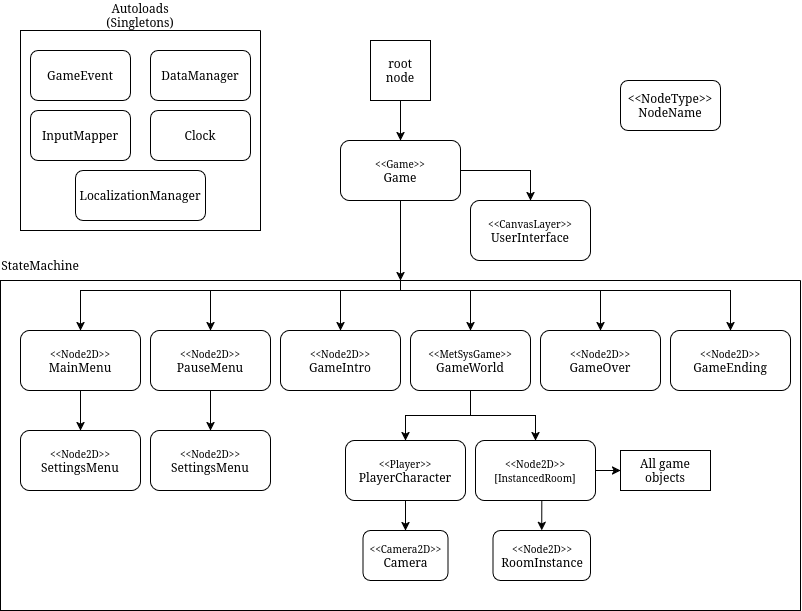
The draw.io diagram doc/img/proyect_architecture.drawio.png in pabloMillanCb/tfm, before a commit. Source tidied: cells renumbered, new cells last; positions are measured from the earlier drawing's top-left corner, leaving out a move shared by most shapes. Source of this version:
```xml
<mxGraphModel>
  <root>
    <mxCell id="0" />
    <mxCell id="1" parent="0" />
    <mxCell id="2" style="edgeStyle=orthogonalEdgeStyle;rounded=0;jettySize=auto;html=1;exitX=0.5;exitY=1;exitDx=0;exitDy=0;entryX=0.5;entryY=0;entryDx=0;entryDy=0;" parent="1" edge="1" source="3" target="6">
      <mxGeometry relative="1" as="geometry" />
    </mxCell>
    <mxCell id="3" value="&lt;div&gt;root&lt;/div&gt;&lt;div&gt;node&lt;/div&gt;" style="rounded=0;whiteSpace=wrap;html=1;" parent="1" vertex="1">
      <mxGeometry x="370" y="40" width="60" height="60" as="geometry" />
    </mxCell>
    <mxCell id="4" style="edgeStyle=orthogonalEdgeStyle;rounded=0;jettySize=auto;html=1;exitX=1;exitY=0.5;exitDx=0;exitDy=0;entryX=0.5;entryY=0;entryDx=0;entryDy=0;" parent="1" edge="1" source="6" target="8">
      <mxGeometry relative="1" as="geometry" />
    </mxCell>
    <mxCell id="5" style="edgeStyle=orthogonalEdgeStyle;rounded=0;jettySize=auto;html=1;exitX=0.5;exitY=1;exitDx=0;exitDy=0;entryX=0.5;entryY=0;entryDx=0;entryDy=0;" parent="1" edge="1" source="6" target="9">
      <mxGeometry relative="1" as="geometry" />
    </mxCell>
    <mxCell id="6" value="&lt;font style=&quot;font-size: 10px;&quot;&gt;&amp;lt;&amp;lt;Game&amp;gt;&amp;gt;&lt;/font&gt;&lt;br&gt;Game" style="rounded=1;whiteSpace=wrap;html=1;" parent="1" vertex="1">
      <mxGeometry x="340" y="140" width="120" height="60" as="geometry" />
    </mxCell>
    <mxCell id="7" value="&lt;div&gt;&amp;lt;&amp;lt;NodeType&amp;gt;&amp;gt;&lt;/div&gt;&lt;div&gt;NodeName&lt;/div&gt;" style="rounded=1;whiteSpace=wrap;html=1;" parent="1" vertex="1">
      <mxGeometry x="620" y="80" width="100" height="50" as="geometry" />
    </mxCell>
    <mxCell id="8" value="&lt;font style=&quot;font-size: 10px;&quot;&gt;&amp;lt;&amp;lt;CanvasLayer&amp;gt;&amp;gt;&lt;/font&gt;&lt;br&gt;UserInterface" style="rounded=1;whiteSpace=wrap;html=1;" parent="1" vertex="1">
      <mxGeometry x="470" y="200" width="120" height="60" as="geometry" />
    </mxCell>
    <mxCell id="9" style="swimlane;startSize=0;" parent="1" vertex="1">
      <mxGeometry y="280" width="800" height="330" as="geometry" />
    </mxCell>
    <mxCell id="10" style="edgeStyle=orthogonalEdgeStyle;rounded=0;jettySize=auto;html=1;exitX=0.5;exitY=1;exitDx=0;exitDy=0;entryX=0.5;entryY=0;entryDx=0;entryDy=0;" parent="9" edge="1" source="11" target="18">
      <mxGeometry relative="1" as="geometry" />
    </mxCell>
    <mxCell id="11" value="&lt;font style=&quot;font-size: 10px;&quot;&gt;&amp;lt;&amp;lt;Node2D&amp;gt;&amp;gt;&lt;/font&gt;&lt;br&gt;MainMenu" style="rounded=1;whiteSpace=wrap;html=1;" parent="9" vertex="1">
      <mxGeometry x="20" y="50" width="120" height="60" as="geometry" />
    </mxCell>
    <mxCell id="12" value="&lt;font style=&quot;font-size: 10px;&quot;&gt;&amp;lt;&amp;lt;Node2D&amp;gt;&amp;gt;&lt;/font&gt;&lt;br&gt;GameIntro" style="rounded=1;whiteSpace=wrap;html=1;" parent="9" vertex="1">
      <mxGeometry x="280" y="50" width="120" height="60" as="geometry" />
    </mxCell>
    <mxCell id="13" style="edgeStyle=orthogonalEdgeStyle;rounded=0;jettySize=auto;html=1;exitX=0.5;exitY=1;exitDx=0;exitDy=0;entryX=0.5;entryY=0;entryDx=0;entryDy=0;" parent="9" edge="1" source="15" target="29">
      <mxGeometry relative="1" as="geometry" />
    </mxCell>
    <mxCell id="14" style="edgeStyle=orthogonalEdgeStyle;rounded=0;jettySize=auto;html=1;exitX=0.5;exitY=1;exitDx=0;exitDy=0;entryX=0.5;entryY=0;entryDx=0;entryDy=0;" parent="9" edge="1" source="15" target="32">
      <mxGeometry relative="1" as="geometry" />
    </mxCell>
    <mxCell id="15" value="&lt;font style=&quot;font-size: 10px;&quot;&gt;&amp;lt;&amp;lt;MetSysGame&amp;gt;&amp;gt;&lt;/font&gt;&lt;br&gt;GameWorld" style="rounded=1;whiteSpace=wrap;html=1;" parent="9" vertex="1">
      <mxGeometry x="410" y="50" width="120" height="60" as="geometry" />
    </mxCell>
    <mxCell id="16" style="edgeStyle=orthogonalEdgeStyle;rounded=0;jettySize=auto;html=1;exitX=0.5;exitY=1;exitDx=0;exitDy=0;entryX=0.5;entryY=0;entryDx=0;entryDy=0;" parent="9" edge="1" source="17" target="21">
      <mxGeometry relative="1" as="geometry" />
    </mxCell>
    <mxCell id="17" value="&lt;font style=&quot;font-size: 10px;&quot;&gt;&amp;lt;&amp;lt;Node2D&amp;gt;&amp;gt;&lt;br&gt;&lt;/font&gt;PauseMenu" style="rounded=1;whiteSpace=wrap;html=1;" parent="9" vertex="1">
      <mxGeometry x="150" y="50" width="120" height="60" as="geometry" />
    </mxCell>
    <mxCell id="18" value="&lt;font style=&quot;font-size: 10px;&quot;&gt;&amp;lt;&amp;lt;Node2D&amp;gt;&amp;gt;&lt;br&gt;&lt;/font&gt;SettingsMenu" style="rounded=1;whiteSpace=wrap;html=1;" parent="9" vertex="1">
      <mxGeometry x="20" y="150" width="120" height="60" as="geometry" />
    </mxCell>
    <mxCell id="19" value="&lt;font style=&quot;font-size: 10px;&quot;&gt;&amp;lt;&amp;lt;Node2D&amp;gt;&amp;gt;&lt;br&gt;&lt;/font&gt;GameOver" style="rounded=1;whiteSpace=wrap;html=1;" parent="9" vertex="1">
      <mxGeometry x="540" y="50" width="120" height="60" as="geometry" />
    </mxCell>
    <mxCell id="20" value="&lt;font style=&quot;font-size: 10px;&quot;&gt;&amp;lt;&amp;lt;Node2D&amp;gt;&amp;gt;&lt;br&gt;&lt;/font&gt;GameEnding" style="rounded=1;whiteSpace=wrap;html=1;" parent="9" vertex="1">
      <mxGeometry x="670" y="50" width="120" height="60" as="geometry" />
    </mxCell>
    <mxCell id="21" value="&lt;font style=&quot;font-size: 10px;&quot;&gt;&amp;lt;&amp;lt;Node2D&amp;gt;&amp;gt;&lt;br&gt;&lt;/font&gt;SettingsMenu" style="rounded=1;whiteSpace=wrap;html=1;" parent="9" vertex="1">
      <mxGeometry x="150" y="150" width="120" height="60" as="geometry" />
    </mxCell>
    <mxCell id="22" style="edgeStyle=orthogonalEdgeStyle;rounded=0;jettySize=auto;html=1;exitX=0.5;exitY=0;exitDx=0;exitDy=0;entryX=0.5;entryY=0;entryDx=0;entryDy=0;" parent="9" edge="1" source="9" target="11">
      <mxGeometry relative="1" as="geometry">
        <Array as="points">
          <mxPoint x="400" y="10" />
          <mxPoint x="80" y="10" />
        </Array>
      </mxGeometry>
    </mxCell>
    <mxCell id="23" style="edgeStyle=orthogonalEdgeStyle;rounded=0;jettySize=auto;html=1;exitX=0.5;exitY=0;exitDx=0;exitDy=0;entryX=0.5;entryY=0;entryDx=0;entryDy=0;" parent="9" edge="1" source="9" target="17">
      <mxGeometry relative="1" as="geometry">
        <Array as="points">
          <mxPoint x="400" y="10" />
          <mxPoint x="210" y="10" />
        </Array>
      </mxGeometry>
    </mxCell>
    <mxCell id="24" style="edgeStyle=orthogonalEdgeStyle;rounded=0;jettySize=auto;html=1;exitX=0.5;exitY=0;exitDx=0;exitDy=0;entryX=0.5;entryY=0;entryDx=0;entryDy=0;" parent="9" edge="1" source="9" target="15">
      <mxGeometry relative="1" as="geometry">
        <Array as="points">
          <mxPoint x="400" y="10" />
          <mxPoint x="470" y="10" />
        </Array>
      </mxGeometry>
    </mxCell>
    <mxCell id="25" style="edgeStyle=orthogonalEdgeStyle;rounded=0;jettySize=auto;html=1;exitX=0.5;exitY=0;exitDx=0;exitDy=0;entryX=0.5;entryY=0;entryDx=0;entryDy=0;" parent="9" edge="1" source="9" target="12">
      <mxGeometry relative="1" as="geometry">
        <Array as="points">
          <mxPoint x="400" y="10" />
          <mxPoint x="340" y="10" />
        </Array>
      </mxGeometry>
    </mxCell>
    <mxCell id="26" style="edgeStyle=orthogonalEdgeStyle;rounded=0;jettySize=auto;html=1;exitX=0.5;exitY=0;exitDx=0;exitDy=0;entryX=0.5;entryY=0;entryDx=0;entryDy=0;" parent="9" edge="1" source="9" target="19">
      <mxGeometry relative="1" as="geometry">
        <Array as="points">
          <mxPoint x="400" y="10" />
          <mxPoint x="600" y="10" />
        </Array>
      </mxGeometry>
    </mxCell>
    <mxCell id="27" style="edgeStyle=orthogonalEdgeStyle;rounded=0;jettySize=auto;html=1;exitX=0.5;exitY=0;exitDx=0;exitDy=0;entryX=0.5;entryY=0;entryDx=0;entryDy=0;" parent="9" edge="1" source="9" target="20">
      <mxGeometry relative="1" as="geometry">
        <Array as="points">
          <mxPoint x="400" y="10" />
          <mxPoint x="730" y="10" />
        </Array>
      </mxGeometry>
    </mxCell>
    <mxCell id="28" style="edgeStyle=orthogonalEdgeStyle;rounded=0;jettySize=auto;html=1;exitX=0.5;exitY=1;exitDx=0;exitDy=0;entryX=0.5;entryY=0;entryDx=0;entryDy=0;" parent="9" edge="1" source="29" target="33">
      <mxGeometry relative="1" as="geometry" />
    </mxCell>
    <mxCell id="29" value="&lt;font style=&quot;font-size: 10px;&quot;&gt;&amp;lt;&amp;lt;Player&amp;gt;&amp;gt;&lt;br&gt;&lt;/font&gt;PlayerCharacter" style="rounded=1;whiteSpace=wrap;html=1;" parent="9" vertex="1">
      <mxGeometry x="345" y="160" width="120" height="60" as="geometry" />
    </mxCell>
    <mxCell id="30" style="edgeStyle=orthogonalEdgeStyle;rounded=0;jettySize=auto;html=1;exitX=0.5;exitY=1;exitDx=0;exitDy=0;entryX=0.5;entryY=0;entryDx=0;entryDy=0;" parent="9" edge="1" source="32" target="34">
      <mxGeometry relative="1" as="geometry" />
    </mxCell>
    <mxCell id="31" style="edgeStyle=orthogonalEdgeStyle;rounded=0;jettySize=auto;html=1;exitX=1;exitY=0.5;exitDx=0;exitDy=0;entryX=0;entryY=0.5;entryDx=0;entryDy=0;" parent="9" edge="1" source="32" target="35">
      <mxGeometry relative="1" as="geometry" />
    </mxCell>
    <mxCell id="32" value="&lt;font style=&quot;font-size: 10px;&quot;&gt;&amp;lt;&amp;lt;Node2D&amp;gt;&amp;gt;&lt;br&gt;[InstancedRoom]&lt;/font&gt;" style="rounded=1;whiteSpace=wrap;html=1;" parent="9" vertex="1">
      <mxGeometry x="475" y="160" width="120" height="60" as="geometry" />
    </mxCell>
    <mxCell id="33" value="&lt;font style=&quot;font-size: 10px;&quot;&gt;&amp;lt;&amp;lt;Camera2D&amp;gt;&amp;gt;&lt;br&gt;&lt;/font&gt;Camera" style="rounded=1;whiteSpace=wrap;html=1;" parent="9" vertex="1">
      <mxGeometry x="362.5" y="250" width="85" height="50" as="geometry" />
    </mxCell>
    <mxCell id="34" value="&lt;font style=&quot;font-size: 10px;&quot;&gt;&amp;lt;&amp;lt;Node2D&amp;gt;&amp;gt;&lt;br&gt;&lt;/font&gt;RoomInstance" style="rounded=1;whiteSpace=wrap;html=1;" parent="9" vertex="1">
      <mxGeometry x="492.5" y="250" width="97.5" height="50" as="geometry" />
    </mxCell>
    <mxCell id="35" value="All game objects" style="rounded=0;whiteSpace=wrap;html=1;" parent="9" vertex="1">
      <mxGeometry x="620" y="170" width="90" height="40" as="geometry" />
    </mxCell>
    <mxCell id="36" value="StateMachine" style="text;html=1;whiteSpace=wrap;strokeColor=none;fillColor=none;align=center;verticalAlign=middle;rounded=0;" parent="1" vertex="1">
      <mxGeometry x="10" y="250" width="60" height="30" as="geometry" />
    </mxCell>
    <mxCell id="37" style="swimlane;startSize=0;" parent="1" vertex="1">
      <mxGeometry x="20" y="30" width="240" height="200" as="geometry" />
    </mxCell>
    <mxCell id="38" value="&lt;div&gt;DataManager&lt;/div&gt;" style="rounded=1;whiteSpace=wrap;html=1;" parent="37" vertex="1">
      <mxGeometry x="130" y="20" width="100" height="50" as="geometry" />
    </mxCell>
    <mxCell id="39" value="Clock" style="rounded=1;whiteSpace=wrap;html=1;" parent="37" vertex="1">
      <mxGeometry x="130" y="80" width="100" height="50" as="geometry" />
    </mxCell>
    <mxCell id="40" value="GameEvent" style="rounded=1;whiteSpace=wrap;html=1;" parent="37" vertex="1">
      <mxGeometry x="10" y="20" width="100" height="50" as="geometry" />
    </mxCell>
    <mxCell id="41" value="InputMapper" style="rounded=1;whiteSpace=wrap;html=1;" parent="37" vertex="1">
      <mxGeometry x="10" y="80" width="100" height="50" as="geometry" />
    </mxCell>
    <mxCell id="42" value="LocalizationManager" style="rounded=1;whiteSpace=wrap;html=1;" parent="37" vertex="1">
      <mxGeometry x="55" y="140" width="130" height="50" as="geometry" />
    </mxCell>
    <mxCell id="43" value="Autoloads (Singletons)" style="text;html=1;whiteSpace=wrap;strokeColor=none;fillColor=none;align=center;verticalAlign=middle;rounded=0;" parent="1" vertex="1">
      <mxGeometry x="110" width="60" height="30" as="geometry" />
    </mxCell>
  </root>
</mxGraphModel>
```
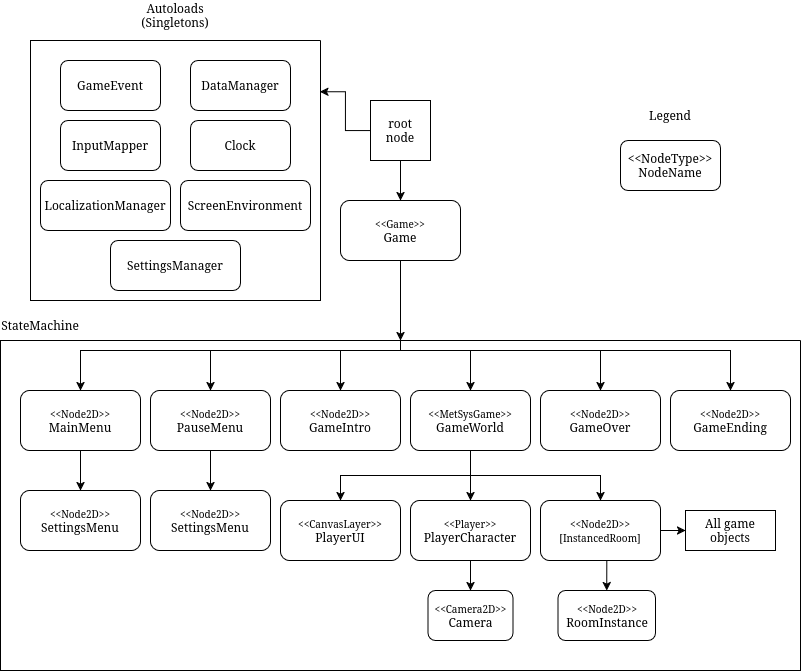
After the commit.

What changed in the source:
```diff
@@ -8,9 +8,6 @@
     <mxCell id="3" value="&lt;div&gt;root&lt;/div&gt;&lt;div&gt;node&lt;/div&gt;" style="rounded=0;whiteSpace=wrap;html=1;" parent="1" vertex="1">
       <mxGeometry x="370" y="40" width="60" height="60" as="geometry" />
     </mxCell>
-    <mxCell id="4" style="edgeStyle=orthogonalEdgeStyle;rounded=0;jettySize=auto;html=1;exitX=1;exitY=0.5;exitDx=0;exitDy=0;entryX=0.5;entryY=0;entryDx=0;entryDy=0;" parent="1" edge="1" source="6" target="8">
-      <mxGeometry relative="1" as="geometry" />
-    </mxCell>
     <mxCell id="5" style="edgeStyle=orthogonalEdgeStyle;rounded=0;jettySize=auto;html=1;exitX=0.5;exitY=1;exitDx=0;exitDy=0;entryX=0.5;entryY=0;entryDx=0;entryDy=0;" parent="1" edge="1" source="6" target="9">
       <mxGeometry relative="1" as="geometry" />
     </mxCell>
@@ -20,9 +17,6 @@
     <mxCell id="7" value="&lt;div&gt;&amp;lt;&amp;lt;NodeType&amp;gt;&amp;gt;&lt;/div&gt;&lt;div&gt;NodeName&lt;/div&gt;" style="rounded=1;whiteSpace=wrap;html=1;" parent="1" vertex="1">
       <mxGeometry x="620" y="80" width="100" height="50" as="geometry" />
     </mxCell>
-    <mxCell id="8" value="&lt;font style=&quot;font-size: 10px;&quot;&gt;&amp;lt;&amp;lt;CanvasLayer&amp;gt;&amp;gt;&lt;/font&gt;&lt;br&gt;UserInterface" style="rounded=1;whiteSpace=wrap;html=1;" parent="1" vertex="1">
-      <mxGeometry x="470" y="200" width="120" height="60" as="geometry" />
-    </mxCell>
     <mxCell id="9" style="swimlane;startSize=0;" parent="1" vertex="1">
       <mxGeometry y="280" width="800" height="330" as="geometry" />
     </mxCell>
@@ -41,6 +35,9 @@
     <mxCell id="14" style="edgeStyle=orthogonalEdgeStyle;rounded=0;jettySize=auto;html=1;exitX=0.5;exitY=1;exitDx=0;exitDy=0;entryX=0.5;entryY=0;entryDx=0;entryDy=0;" parent="9" edge="1" source="15" target="32">
       <mxGeometry relative="1" as="geometry" />
     </mxCell>
+    <mxCell id="44" style="edgeStyle=orthogonalEdgeStyle;rounded=0;jettySize=auto;html=1;exitX=0.5;exitY=1;exitDx=0;exitDy=0;entryX=0.5;entryY=0;entryDx=0;entryDy=0;" parent="9" edge="1" source="15" target="8">
+      <mxGeometry relative="1" as="geometry" />
+    </mxCell>
     <mxCell id="15" value="&lt;font style=&quot;font-size: 10px;&quot;&gt;&amp;lt;&amp;lt;MetSysGame&amp;gt;&amp;gt;&lt;/font&gt;&lt;br&gt;GameWorld" style="rounded=1;whiteSpace=wrap;html=1;" parent="9" vertex="1">
       <mxGeometry x="410" y="50" width="120" height="60" as="geometry" />
     </mxCell>
@@ -114,7 +111,7 @@
       <mxGeometry relative="1" as="geometry" />
     </mxCell>
     <mxCell id="29" value="&lt;font style=&quot;font-size: 10px;&quot;&gt;&amp;lt;&amp;lt;Player&amp;gt;&amp;gt;&lt;br&gt;&lt;/font&gt;PlayerCharacter" style="rounded=1;whiteSpace=wrap;html=1;" parent="9" vertex="1">
-      <mxGeometry x="345" y="160" width="120" height="60" as="geometry" />
+      <mxGeometry x="410" y="160" width="120" height="60" as="geometry" />
     </mxCell>
     <mxCell id="30" style="edgeStyle=orthogonalEdgeStyle;rounded=0;jettySize=auto;html=1;exitX=0.5;exitY=1;exitDx=0;exitDy=0;entryX=0.5;entryY=0;entryDx=0;entryDy=0;" parent="9" edge="1" source="32" target="34">
       <mxGeometry relative="1" as="geometry" />
@@ -123,40 +120,55 @@
       <mxGeometry relative="1" as="geometry" />
     </mxCell>
     <mxCell id="32" value="&lt;font style=&quot;font-size: 10px;&quot;&gt;&amp;lt;&amp;lt;Node2D&amp;gt;&amp;gt;&lt;br&gt;[InstancedRoom]&lt;/font&gt;" style="rounded=1;whiteSpace=wrap;html=1;" parent="9" vertex="1">
-      <mxGeometry x="475" y="160" width="120" height="60" as="geometry" />
+      <mxGeometry x="540" y="160" width="120" height="60" as="geometry" />
     </mxCell>
     <mxCell id="33" value="&lt;font style=&quot;font-size: 10px;&quot;&gt;&amp;lt;&amp;lt;Camera2D&amp;gt;&amp;gt;&lt;br&gt;&lt;/font&gt;Camera" style="rounded=1;whiteSpace=wrap;html=1;" parent="9" vertex="1">
-      <mxGeometry x="362.5" y="250" width="85" height="50" as="geometry" />
+      <mxGeometry x="427.5" y="250" width="85" height="50" as="geometry" />
     </mxCell>
     <mxCell id="34" value="&lt;font style=&quot;font-size: 10px;&quot;&gt;&amp;lt;&amp;lt;Node2D&amp;gt;&amp;gt;&lt;br&gt;&lt;/font&gt;RoomInstance" style="rounded=1;whiteSpace=wrap;html=1;" parent="9" vertex="1">
-      <mxGeometry x="492.5" y="250" width="97.5" height="50" as="geometry" />
+      <mxGeometry x="557.5" y="250" width="97.5" height="50" as="geometry" />
     </mxCell>
     <mxCell id="35" value="All game objects" style="rounded=0;whiteSpace=wrap;html=1;" parent="9" vertex="1">
-      <mxGeometry x="620" y="170" width="90" height="40" as="geometry" />
+      <mxGeometry x="685" y="170" width="90" height="40" as="geometry" />
     </mxCell>
+    <mxCell id="8" value="&lt;div&gt;&lt;font style=&quot;font-size: 10px;&quot;&gt;&amp;lt;&amp;lt;CanvasLayer&amp;gt;&amp;gt;&lt;/font&gt;&lt;/div&gt;&lt;div&gt;PlayerUI&lt;/div&gt;" style="rounded=1;whiteSpace=wrap;html=1;" parent="9" vertex="1">
+      <mxGeometry x="280" y="160" width="120" height="60" as="geometry" />
+    </mxCell>
     <mxCell id="36" value="StateMachine" style="text;html=1;whiteSpace=wrap;strokeColor=none;fillColor=none;align=center;verticalAlign=middle;rounded=0;" parent="1" vertex="1">
       <mxGeometry x="10" y="250" width="60" height="30" as="geometry" />
     </mxCell>
     <mxCell id="37" style="swimlane;startSize=0;" parent="1" vertex="1">
-      <mxGeometry x="20" y="30" width="240" height="200" as="geometry" />
+      <mxGeometry x="30" y="-20" width="290" height="260" as="geometry" />
     </mxCell>
     <mxCell id="38" value="&lt;div&gt;DataManager&lt;/div&gt;" style="rounded=1;whiteSpace=wrap;html=1;" parent="37" vertex="1">
-      <mxGeometry x="130" y="20" width="100" height="50" as="geometry" />
+      <mxGeometry x="160" y="20" width="100" height="50" as="geometry" />
     </mxCell>
     <mxCell id="39" value="Clock" style="rounded=1;whiteSpace=wrap;html=1;" parent="37" vertex="1">
-      <mxGeometry x="130" y="80" width="100" height="50" as="geometry" />
+      <mxGeometry x="160" y="80" width="100" height="50" as="geometry" />
     </mxCell>
     <mxCell id="40" value="GameEvent" style="rounded=1;whiteSpace=wrap;html=1;" parent="37" vertex="1">
-      <mxGeometry x="10" y="20" width="100" height="50" as="geometry" />
+      <mxGeometry x="30" y="20" width="100" height="50" as="geometry" />
     </mxCell>
     <mxCell id="41" value="InputMapper" style="rounded=1;whiteSpace=wrap;html=1;" parent="37" vertex="1">
-      <mxGeometry x="10" y="80" width="100" height="50" as="geometry" />
+      <mxGeometry x="30" y="80" width="100" height="50" as="geometry" />
     </mxCell>
     <mxCell id="42" value="LocalizationManager" style="rounded=1;whiteSpace=wrap;html=1;" parent="37" vertex="1">
-      <mxGeometry x="55" y="140" width="130" height="50" as="geometry" />
+      <mxGeometry x="10" y="140" width="130" height="50" as="geometry" />
     </mxCell>
+    <mxCell id="45" value="ScreenEnvironment" style="rounded=1;whiteSpace=wrap;html=1;" parent="37" vertex="1">
+      <mxGeometry x="150" y="140" width="130" height="50" as="geometry" />
+    </mxCell>
+    <mxCell id="46" value="SettingsManager" style="rounded=1;whiteSpace=wrap;html=1;" parent="37" vertex="1">
+      <mxGeometry x="80" y="200" width="130" height="50" as="geometry" />
+    </mxCell>
     <mxCell id="43" value="Autoloads (Singletons)" style="text;html=1;whiteSpace=wrap;strokeColor=none;fillColor=none;align=center;verticalAlign=middle;rounded=0;" parent="1" vertex="1">
-      <mxGeometry x="110" width="60" height="30" as="geometry" />
+      <mxGeometry x="145" y="-60" width="60" height="30" as="geometry" />
     </mxCell>
+    <mxCell id="47" style="edgeStyle=orthogonalEdgeStyle;rounded=0;jettySize=auto;html=1;exitX=0;exitY=0.5;exitDx=0;exitDy=0;entryX=0.998;entryY=0.197;entryDx=0;entryDy=0;entryPerimeter=0;" parent="1" edge="1" source="3" target="37">
+      <mxGeometry relative="1" as="geometry" />
+    </mxCell>
+    <mxCell id="48" value="Legend" style="text;html=1;whiteSpace=wrap;strokeColor=none;fillColor=none;align=center;verticalAlign=middle;rounded=0;" parent="1" vertex="1">
+      <mxGeometry x="640" y="40" width="60" height="30" as="geometry" />
+    </mxCell>
   </root>
 </mxGraphModel>
```
